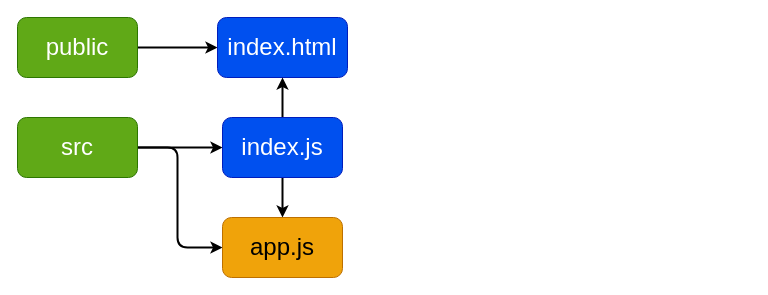
Earlier version of the draw.io diagram diagrama.drawio (reisrb/music-box-ads-a). Source tidied: cells renumbered, new cells numbered last; positions are measured from the earlier drawing's top-left corner, leaving out a move shared by most shapes. Both pictures are drawn from the tidied source at 100%, with x=0, y=0 at pixel (17, 17).
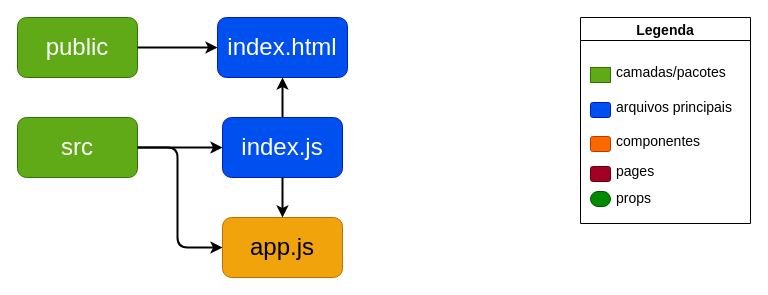
The same diagram, later.

Commit message:
Adicionando diagrama

Unchanged cells that the change refers to:
```xml
<mxCell id="3" value="public" style="rounded=1;whiteSpace=wrap;html=1;fillColor=#60a917;fontColor=#ffffff;strokeColor=#2D7600;fontSize=24;" parent="1" vertex="1">
  <mxGeometry width="120" height="60" as="geometry" />
</mxCell>
<mxCell id="6" value="src&lt;br style=&quot;font-size: 24px;&quot;&gt;" style="rounded=1;whiteSpace=wrap;html=1;fillColor=#60a917;fontColor=#ffffff;strokeColor=#2D7600;fontSize=24;" parent="1" vertex="1">
  <mxGeometry y="100" width="120" height="60" as="geometry" />
</mxCell>
<mxCell id="7" value="index.html" style="rounded=1;whiteSpace=wrap;html=1;fillColor=#0050ef;fontColor=#ffffff;strokeColor=#001DBC;fontSize=24;" parent="1" vertex="1">
  <mxGeometry x="200" width="130" height="60" as="geometry" />
</mxCell>
<mxCell id="10" value="index.js" style="rounded=1;whiteSpace=wrap;html=1;fillColor=#0050ef;fontColor=#ffffff;strokeColor=#001DBC;fontSize=24;" parent="1" vertex="1">
  <mxGeometry x="205" y="100" width="120" height="60" as="geometry" />
</mxCell>
<mxCell id="11" value="app.js" style="rounded=1;whiteSpace=wrap;html=1;fillColor=#f0a30a;fontColor=#000000;strokeColor=#BD7000;fontSize=24;" parent="1" vertex="1">
  <mxGeometry x="205" y="200" width="120" height="60" as="geometry" />
</mxCell>
```

Change to the diagram source:
```diff
@@
-    <mxCell id="2" style="edgeStyle=none;html=1;fontSize=24;strokeWidth=2;" parent="1" edge="1" source="3" target="7">
-      <mxGeometry relative="1" as="geometry" />
-    </mxCell>
@@
-    <mxCell id="4" style="edgeStyle=none;html=1;fontSize=24;strokeWidth=2;" parent="1" edge="1" source="6" target="10">
-      <mxGeometry relative="1" as="geometry" />
-    </mxCell>
-    <mxCell id="5" style="edgeStyle=none;html=1;entryX=0;entryY=0.5;entryDx=0;entryDy=0;fontSize=24;strokeWidth=2;" parent="1" edge="1" source="6" target="11">
-      <mxGeometry relative="1" as="geometry">
-        <Array as="points">
-          <mxPoint x="160" y="130" />
-          <mxPoint x="160" y="230" />
-        </Array>
-      </mxGeometry>
-    </mxCell>
@@
-    <mxCell id="8" style="edgeStyle=none;html=1;fontSize=24;strokeWidth=2;" parent="1" edge="1" source="10" target="11">
-      <mxGeometry relative="1" as="geometry" />
-    </mxCell>
+    <mxCell id="2" style="edgeStyle=none;html=1;fontSize=24;strokeWidth=2;" parent="1" edge="1" source="3" target="7">
+      <mxGeometry relative="1" as="geometry" />
+    </mxCell>
@@
+    <mxCell id="4" style="edgeStyle=none;html=1;fontSize=24;strokeWidth=2;" parent="1" edge="1" source="6" target="10">
+      <mxGeometry relative="1" as="geometry" />
+    </mxCell>
@@
+    <mxCell id="5" style="edgeStyle=none;html=1;entryX=0;entryY=0.5;entryDx=0;entryDy=0;fontSize=24;strokeWidth=2;" parent="1" edge="1" source="6" target="11">
+      <mxGeometry relative="1" as="geometry">
+        <Array as="points">
+          <mxPoint x="160" y="130" />
+          <mxPoint x="160" y="230" />
+        </Array>
+      </mxGeometry>
+    </mxCell>
+    <mxCell id="8" style="edgeStyle=none;html=1;fontSize=24;strokeWidth=2;" parent="1" edge="1" source="10" target="11">
+      <mxGeometry relative="1" as="geometry" />
+    </mxCell>
+    <mxCell id="12" value="Legenda" style="swimlane;fontSize=14;" parent="1" vertex="1">
+      <mxGeometry x="563" width="170" height="206" as="geometry" />
+    </mxCell>
+    <mxCell id="13" style="whiteSpace=wrap;html=1;fillColor=#60a917;strokeColor=#2D7600;fontColor=#ffffff;" parent="12" vertex="1">
+      <mxGeometry x="10" y="50" width="20" height="15" as="geometry" />
+    </mxCell>
+    <mxCell id="14" style="rounded=1;whiteSpace=wrap;html=1;fillColor=#0050ef;strokeColor=#001DBC;fontColor=#ffffff;" parent="12" vertex="1">
+      <mxGeometry x="10" y="85" width="20" height="15" as="geometry" />
+    </mxCell>
+    <mxCell id="15" value="camadas/pacotes" style="text;html=1;align=left;verticalAlign=middle;strokeColor=none;fontSize=14;" parent="12" vertex="1">
+      <mxGeometry x="34" y="45" width="130" height="20" as="geometry" />
+    </mxCell>
+    <mxCell id="16" value="arquivos principais" style="text;html=1;align=left;verticalAlign=middle;strokeColor=none;fontSize=14;" parent="12" vertex="1">
+      <mxGeometry x="34" y="80" width="130" height="20" as="geometry" />
+    </mxCell>
+    <mxCell id="17" value="componentes" style="text;html=1;align=left;verticalAlign=middle;strokeColor=none;fontSize=14;" parent="12" vertex="1">
+      <mxGeometry x="34" y="114" width="100" height="20" as="geometry" />
+    </mxCell>
+    <mxCell id="18" style="rounded=1;whiteSpace=wrap;html=1;fillColor=#fa6800;strokeColor=#C73500;fontColor=#000000;" parent="12" vertex="1">
+      <mxGeometry x="10" y="119" width="20" height="15" as="geometry" />
+    </mxCell>
+    <mxCell id="19" value="pages" style="text;html=1;align=left;verticalAlign=middle;strokeColor=none;fontSize=14;" parent="12" vertex="1">
+      <mxGeometry x="34" y="144" width="50" height="20" as="geometry" />
+    </mxCell>
+    <mxCell id="20" style="rounded=1;whiteSpace=wrap;html=1;fillColor=#a20025;strokeColor=#6F0000;fontColor=#ffffff;" parent="12" vertex="1">
+      <mxGeometry x="10" y="149" width="20" height="15" as="geometry" />
+    </mxCell>
+    <mxCell id="21" style="rounded=1;whiteSpace=wrap;html=1;fillColor=#008a00;strokeColor=#005700;fontColor=#ffffff;arcSize=50;" parent="12" vertex="1">
+      <mxGeometry x="10" y="174" width="20" height="15" as="geometry" />
+    </mxCell>
+    <mxCell id="22" value="props" style="text;html=1;align=left;verticalAlign=middle;strokeColor=none;fontSize=14;" parent="12" vertex="1">
+      <mxGeometry x="34" y="171" width="50" height="20" as="geometry" />
+    </mxCell>
```
